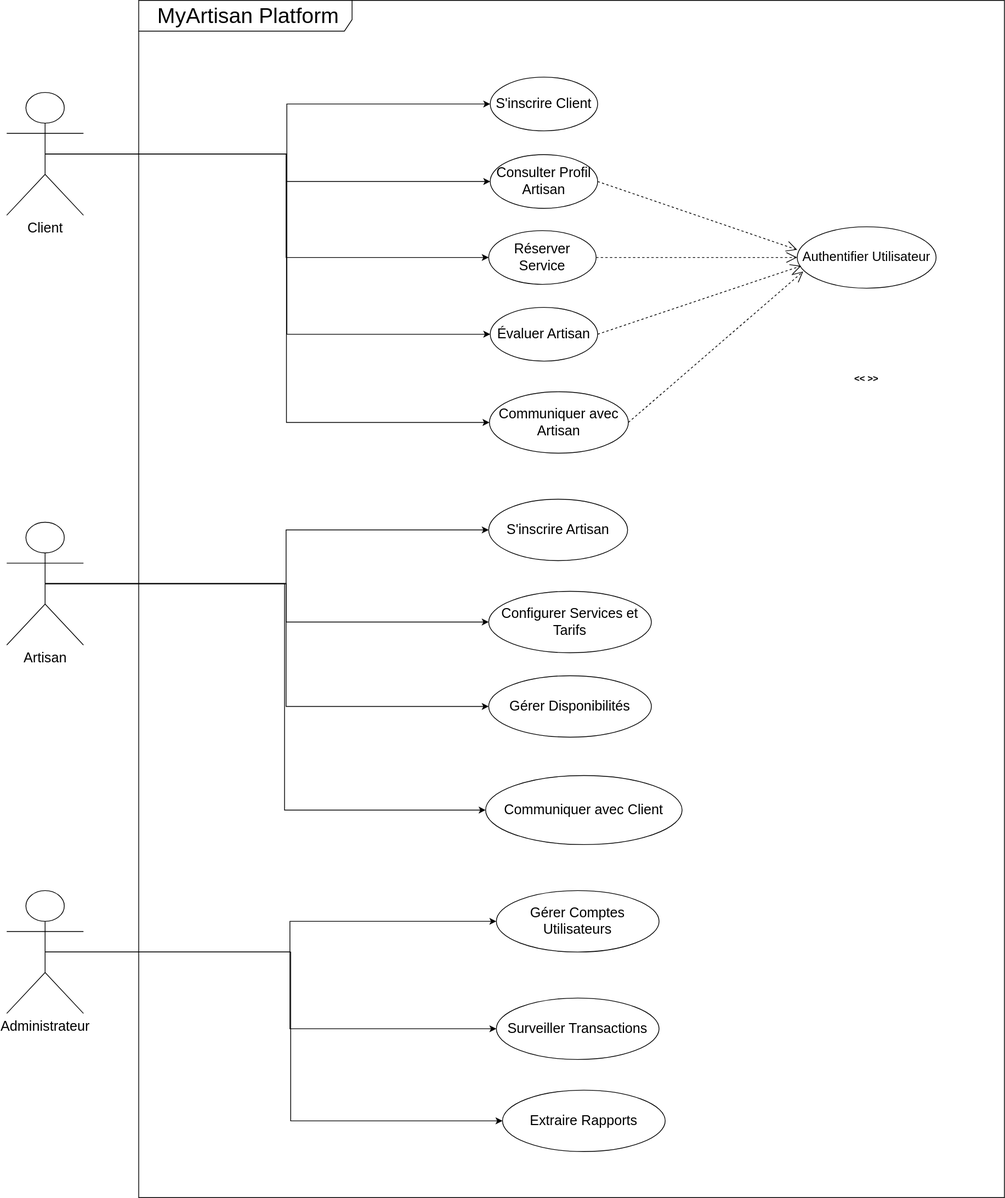
Above: Documentation/Conception/Diagrammes UML/diagrammeUsesCas.drawio.svg in mohamedm999/TheMyArtisan (draw.io), before the change. Source tidied: cells renumbered, new cells last; positions are measured from the earlier drawing's top-left corner, leaving out a move shared by most shapes. Its diagram source:
```xml
<mxGraphModel>
  <root>
    <mxCell id="0" />
    <mxCell id="1" parent="0" />
    <mxCell id="2" value="&lt;font style=&quot;font-size: 28px;&quot;&gt;&amp;nbsp;MyArtisan Platform&lt;/font&gt;" style="shape=umlFrame;whiteSpace=wrap;html=1;width=278;height=40;" parent="1" vertex="1">
      <mxGeometry x="172" width="1128" height="1560" as="geometry" />
    </mxCell>
    <mxCell id="3" style="edgeStyle=orthogonalEdgeStyle;rounded=0;jettySize=auto;html=1;exitX=0.5;exitY=0.5;exitDx=0;exitDy=0;exitPerimeter=0;entryX=0;entryY=0.5;entryDx=0;entryDy=0;" parent="1" edge="1" source="8" target="18">
      <mxGeometry relative="1" as="geometry" />
    </mxCell>
    <mxCell id="4" style="edgeStyle=orthogonalEdgeStyle;rounded=0;jettySize=auto;html=1;exitX=0.5;exitY=0.5;exitDx=0;exitDy=0;exitPerimeter=0;entryX=0;entryY=0.5;entryDx=0;entryDy=0;" parent="1" edge="1" source="8" target="19">
      <mxGeometry relative="1" as="geometry" />
    </mxCell>
    <mxCell id="5" style="edgeStyle=orthogonalEdgeStyle;rounded=0;jettySize=auto;html=1;exitX=0.5;exitY=0.5;exitDx=0;exitDy=0;exitPerimeter=0;entryX=0;entryY=0.5;entryDx=0;entryDy=0;" parent="1" edge="1" source="8" target="20">
      <mxGeometry relative="1" as="geometry" />
    </mxCell>
    <mxCell id="6" style="edgeStyle=orthogonalEdgeStyle;rounded=0;jettySize=auto;html=1;exitX=0.5;exitY=0.5;exitDx=0;exitDy=0;exitPerimeter=0;entryX=0;entryY=0.5;entryDx=0;entryDy=0;" parent="1" edge="1" source="8" target="21">
      <mxGeometry relative="1" as="geometry" />
    </mxCell>
    <mxCell id="7" style="edgeStyle=orthogonalEdgeStyle;rounded=0;jettySize=auto;html=1;exitX=0.5;exitY=0.5;exitDx=0;exitDy=0;exitPerimeter=0;entryX=0;entryY=0.5;entryDx=0;entryDy=0;" parent="1" edge="1" source="8" target="22">
      <mxGeometry relative="1" as="geometry" />
    </mxCell>
    <mxCell id="8" value="Client" style="shape=umlActor;verticalLabelPosition=bottom;verticalAlign=top;html=1;fontSize=18;" parent="1" vertex="1">
      <mxGeometry y="120" width="100" height="160" as="geometry" />
    </mxCell>
    <mxCell id="9" style="edgeStyle=orthogonalEdgeStyle;rounded=0;jettySize=auto;html=1;exitX=0.5;exitY=0.5;exitDx=0;exitDy=0;exitPerimeter=0;entryX=0;entryY=0.5;entryDx=0;entryDy=0;" parent="1" edge="1" source="13" target="23">
      <mxGeometry relative="1" as="geometry" />
    </mxCell>
    <mxCell id="10" style="edgeStyle=orthogonalEdgeStyle;rounded=0;jettySize=auto;html=1;exitX=0.5;exitY=0.5;exitDx=0;exitDy=0;exitPerimeter=0;" parent="1" edge="1" source="13" target="24">
      <mxGeometry relative="1" as="geometry" />
    </mxCell>
    <mxCell id="11" style="edgeStyle=orthogonalEdgeStyle;rounded=0;jettySize=auto;html=1;exitX=0.5;exitY=0.5;exitDx=0;exitDy=0;exitPerimeter=0;entryX=0;entryY=0.5;entryDx=0;entryDy=0;" parent="1" edge="1" source="13" target="25">
      <mxGeometry relative="1" as="geometry" />
    </mxCell>
    <mxCell id="12" style="edgeStyle=orthogonalEdgeStyle;rounded=0;jettySize=auto;html=1;exitX=0.5;exitY=0.5;exitDx=0;exitDy=0;exitPerimeter=0;entryX=0;entryY=0.5;entryDx=0;entryDy=0;" parent="1" edge="1" source="13" target="26">
      <mxGeometry relative="1" as="geometry" />
    </mxCell>
    <mxCell id="13" value="Artisan" style="shape=umlActor;verticalLabelPosition=bottom;verticalAlign=top;html=1;fontSize=18;" parent="1" vertex="1">
      <mxGeometry y="680" width="100" height="160" as="geometry" />
    </mxCell>
    <mxCell id="14" style="edgeStyle=orthogonalEdgeStyle;rounded=0;jettySize=auto;html=1;exitX=0.5;exitY=0.5;exitDx=0;exitDy=0;exitPerimeter=0;entryX=0;entryY=0.5;entryDx=0;entryDy=0;" parent="1" edge="1" source="17" target="27">
      <mxGeometry relative="1" as="geometry" />
    </mxCell>
    <mxCell id="15" style="edgeStyle=orthogonalEdgeStyle;rounded=0;jettySize=auto;html=1;exitX=0.5;exitY=0.5;exitDx=0;exitDy=0;exitPerimeter=0;" parent="1" edge="1" source="17" target="28">
      <mxGeometry relative="1" as="geometry" />
    </mxCell>
    <mxCell id="16" style="edgeStyle=orthogonalEdgeStyle;rounded=0;jettySize=auto;html=1;exitX=0.5;exitY=0.5;exitDx=0;exitDy=0;exitPerimeter=0;entryX=0;entryY=0.5;entryDx=0;entryDy=0;" parent="1" edge="1" source="17" target="29">
      <mxGeometry relative="1" as="geometry">
        <Array as="points">
          <mxPoint x="370" y="1240" />
          <mxPoint x="370" y="1460" />
        </Array>
      </mxGeometry>
    </mxCell>
    <mxCell id="17" value="Administrateur" style="shape=umlActor;verticalLabelPosition=bottom;verticalAlign=top;html=1;fontSize=18;" parent="1" vertex="1">
      <mxGeometry y="1160" width="100" height="160" as="geometry" />
    </mxCell>
    <mxCell id="18" value="&lt;font style=&quot;font-size: 18px;&quot;&gt;S'inscrire Client&lt;/font&gt;" style="ellipse;whiteSpace=wrap;html=1;" parent="1" vertex="1">
      <mxGeometry x="630" y="100" width="140" height="70" as="geometry" />
    </mxCell>
    <mxCell id="19" value="&lt;span style=&quot;font-size: 18px;&quot;&gt;Consulter Profil Artisan&lt;/span&gt;" style="ellipse;whiteSpace=wrap;html=1;" parent="1" vertex="1">
      <mxGeometry x="630" y="201" width="140" height="70" as="geometry" />
    </mxCell>
    <mxCell id="20" value="&lt;span style=&quot;font-size: 18px;&quot;&gt;Réserver Service&lt;/span&gt;" style="ellipse;whiteSpace=wrap;html=1;" parent="1" vertex="1">
      <mxGeometry x="628" y="300" width="140" height="70" as="geometry" />
    </mxCell>
    <mxCell id="21" value="&lt;span style=&quot;font-size: 18px;&quot;&gt;Évaluer Artisan&lt;/span&gt;" style="ellipse;whiteSpace=wrap;html=1;" parent="1" vertex="1">
      <mxGeometry x="630" y="400" width="140" height="70" as="geometry" />
    </mxCell>
    <mxCell id="22" value="&lt;span style=&quot;font-size: 18px;&quot;&gt;Communiquer avec Artisan&lt;/span&gt;" style="ellipse;whiteSpace=wrap;html=1;" parent="1" vertex="1">
      <mxGeometry x="629" y="510" width="181" height="80" as="geometry" />
    </mxCell>
    <mxCell id="23" value="&lt;span style=&quot;font-size: 18px;&quot;&gt;S'inscrire Artisan&lt;/span&gt;" style="ellipse;whiteSpace=wrap;html=1;" parent="1" vertex="1">
      <mxGeometry x="628" y="650" width="181" height="80" as="geometry" />
    </mxCell>
    <mxCell id="24" value="&lt;span style=&quot;font-size: 18px;&quot;&gt;Configurer Services et Tarifs&lt;/span&gt;" style="ellipse;whiteSpace=wrap;html=1;" parent="1" vertex="1">
      <mxGeometry x="628" y="770" width="212" height="80" as="geometry" />
    </mxCell>
    <mxCell id="25" value="&lt;span style=&quot;font-size: 18px;&quot;&gt;Gérer Disponibilités&lt;/span&gt;" style="ellipse;whiteSpace=wrap;html=1;" parent="1" vertex="1">
      <mxGeometry x="628" y="880" width="212" height="80" as="geometry" />
    </mxCell>
    <mxCell id="26" value="&lt;span style=&quot;font-size: 18px;&quot;&gt;Communiquer avec Client&lt;/span&gt;" style="ellipse;whiteSpace=wrap;html=1;" parent="1" vertex="1">
      <mxGeometry x="624" y="1010" width="256" height="90" as="geometry" />
    </mxCell>
    <mxCell id="27" value="&lt;span style=&quot;font-size: 18px;&quot;&gt;Gérer Comptes Utilisateurs&lt;/span&gt;" style="ellipse;whiteSpace=wrap;html=1;" parent="1" vertex="1">
      <mxGeometry x="638" y="1160" width="212" height="80" as="geometry" />
    </mxCell>
    <mxCell id="28" value="&lt;span style=&quot;font-size: 18px;&quot;&gt;Surveiller Transactions&lt;/span&gt;" style="ellipse;whiteSpace=wrap;html=1;" parent="1" vertex="1">
      <mxGeometry x="638" y="1300" width="212" height="80" as="geometry" />
    </mxCell>
    <mxCell id="29" value="&lt;span style=&quot;font-size: 18px;&quot;&gt;Extraire Rapports&lt;/span&gt;" style="ellipse;whiteSpace=wrap;html=1;" parent="1" vertex="1">
      <mxGeometry x="646" y="1420" width="212" height="80" as="geometry" />
    </mxCell>
    <mxCell id="30" value="&lt;font style=&quot;font-size: 17px;&quot;&gt;Authentifier Utilisateur&lt;/font&gt;" style="ellipse;whiteSpace=wrap;html=1;" parent="1" vertex="1">
      <mxGeometry x="1030" y="295" width="181" height="80" as="geometry" />
    </mxCell>
    <mxCell id="31" style="endArrow=open;endSize=12;dashed=1;html=1;rounded=0;exitX=1;exitY=0.5;exitDx=0;exitDy=0;entryX=0;entryY=0.375;entryDx=0;entryDy=0;entryPerimeter=0;" parent="1" edge="1" source="19" target="30">
      <mxGeometry relative="1" as="geometry" />
    </mxCell>
    <mxCell id="32" style="endArrow=open;endSize=12;dashed=1;html=1;rounded=0;exitX=1;exitY=0.5;exitDx=0;exitDy=0;entryX=0;entryY=0.5;entryDx=0;entryDy=0;" parent="1" edge="1" source="20" target="30">
      <mxGeometry relative="1" as="geometry" />
    </mxCell>
    <mxCell id="33" style="endArrow=open;endSize=12;dashed=1;html=1;rounded=0;exitX=1;exitY=0.5;exitDx=0;exitDy=0;entryX=0.029;entryY=0.637;entryDx=0;entryDy=0;entryPerimeter=0;" parent="1" edge="1" source="21" target="30">
      <mxGeometry relative="1" as="geometry" />
    </mxCell>
    <mxCell id="34" style="endArrow=open;endSize=12;dashed=1;html=1;rounded=0;exitX=1;exitY=0.5;exitDx=0;exitDy=0;entryX=0.043;entryY=0.728;entryDx=0;entryDy=0;entryPerimeter=0;" parent="1" edge="1" source="22" target="30">
      <mxGeometry relative="1" as="geometry" />
    </mxCell>
    <mxCell id="35" value="&amp;lt;&amp;lt; &amp;gt;&amp;gt;" style="text;align=center;fontStyle=1;verticalAlign=middle;spacingLeft=3;spacingRight=3;strokeColor=none;html=1;" parent="1" vertex="1">
      <mxGeometry x="1080" y="480" width="80" height="26" as="geometry" />
    </mxCell>
  </root>
</mxGraphModel>
```
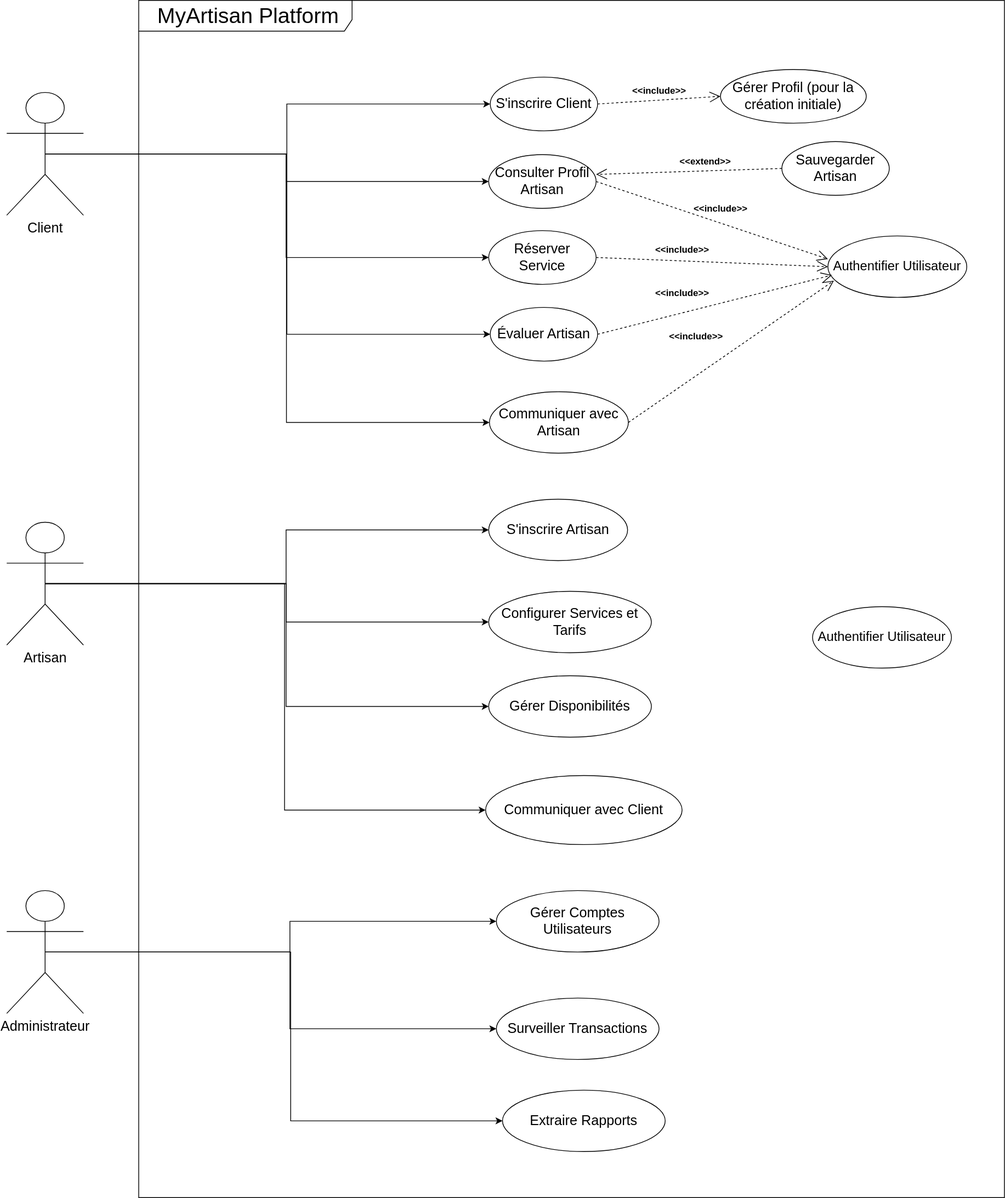
After the change.

What changed in the source:
```diff
@@ -59,7 +59,7 @@
       <mxGeometry x="630" y="100" width="140" height="70" as="geometry" />
     </mxCell>
     <mxCell id="19" value="&lt;span style=&quot;font-size: 18px;&quot;&gt;Consulter Profil Artisan&lt;/span&gt;" style="ellipse;whiteSpace=wrap;html=1;" parent="1" vertex="1">
-      <mxGeometry x="630" y="201" width="140" height="70" as="geometry" />
+      <mxGeometry x="628" y="201" width="140" height="70" as="geometry" />
     </mxCell>
     <mxCell id="20" value="&lt;span style=&quot;font-size: 18px;&quot;&gt;Réserver Service&lt;/span&gt;" style="ellipse;whiteSpace=wrap;html=1;" parent="1" vertex="1">
       <mxGeometry x="628" y="300" width="140" height="70" as="geometry" />
@@ -92,7 +92,7 @@
       <mxGeometry x="646" y="1420" width="212" height="80" as="geometry" />
     </mxCell>
     <mxCell id="30" value="&lt;font style=&quot;font-size: 17px;&quot;&gt;Authentifier Utilisateur&lt;/font&gt;" style="ellipse;whiteSpace=wrap;html=1;" parent="1" vertex="1">
-      <mxGeometry x="1030" y="295" width="181" height="80" as="geometry" />
+      <mxGeometry x="1070" y="307" width="181" height="80" as="geometry" />
     </mxCell>
     <mxCell id="31" style="endArrow=open;endSize=12;dashed=1;html=1;rounded=0;exitX=1;exitY=0.5;exitDx=0;exitDy=0;entryX=0;entryY=0.375;entryDx=0;entryDy=0;entryPerimeter=0;" parent="1" edge="1" source="19" target="30">
       <mxGeometry relative="1" as="geometry" />
@@ -106,8 +106,38 @@
     <mxCell id="34" style="endArrow=open;endSize=12;dashed=1;html=1;rounded=0;exitX=1;exitY=0.5;exitDx=0;exitDy=0;entryX=0.043;entryY=0.728;entryDx=0;entryDy=0;entryPerimeter=0;" parent="1" edge="1" source="22" target="30">
       <mxGeometry relative="1" as="geometry" />
     </mxCell>
-    <mxCell id="35" value="&amp;lt;&amp;lt; &amp;gt;&amp;gt;" style="text;align=center;fontStyle=1;verticalAlign=middle;spacingLeft=3;spacingRight=3;strokeColor=none;html=1;" parent="1" vertex="1">
-      <mxGeometry x="1080" y="480" width="80" height="26" as="geometry" />
+    <mxCell id="35" value="&amp;lt;&amp;lt;include&amp;gt;&amp;gt;" style="text;align=center;fontStyle=1;verticalAlign=middle;spacingLeft=3;spacingRight=3;strokeColor=none;html=1;" parent="1" vertex="1">
+      <mxGeometry x="890" y="254" width="80" height="36" as="geometry" />
     </mxCell>
+    <mxCell id="36" value="&amp;lt;&amp;lt;include&amp;gt;&amp;gt;" style="text;align=center;fontStyle=1;verticalAlign=middle;spacingLeft=3;spacingRight=3;strokeColor=none;html=1;" parent="1" vertex="1">
+      <mxGeometry x="840" y="307" width="80" height="36" as="geometry" />
+    </mxCell>
+    <mxCell id="37" value="&amp;lt;&amp;lt;include&amp;gt;&amp;gt;" style="text;align=center;fontStyle=1;verticalAlign=middle;spacingLeft=3;spacingRight=3;strokeColor=none;html=1;" parent="1" vertex="1">
+      <mxGeometry x="840" y="364" width="80" height="36" as="geometry" />
+    </mxCell>
+    <mxCell id="38" value="&amp;lt;&amp;lt;include&amp;gt;&amp;gt;" style="text;align=center;fontStyle=1;verticalAlign=middle;spacingLeft=3;spacingRight=3;strokeColor=none;html=1;" parent="1" vertex="1">
+      <mxGeometry x="858" y="420" width="80" height="36" as="geometry" />
+    </mxCell>
+    <mxCell id="39" value="&lt;font style=&quot;font-size: 17px;&quot;&gt;Authentifier Utilisateur&lt;/font&gt;" style="ellipse;whiteSpace=wrap;html=1;" parent="1" vertex="1">
+      <mxGeometry x="1050" y="790" width="181" height="80" as="geometry" />
+    </mxCell>
+    <mxCell id="40" value="&lt;span style=&quot;font-size: 18px;&quot;&gt;Gérer Profil (pour la création initiale)&lt;/span&gt;" style="ellipse;whiteSpace=wrap;html=1;" parent="1" vertex="1">
+      <mxGeometry x="930" y="90" width="190" height="70" as="geometry" />
+    </mxCell>
+    <mxCell id="41" style="endArrow=open;endSize=12;dashed=1;html=1;rounded=0;exitX=1;exitY=0.5;exitDx=0;exitDy=0;entryX=0;entryY=0.5;entryDx=0;entryDy=0;" parent="1" edge="1" source="18" target="40">
+      <mxGeometry relative="1" as="geometry" />
+    </mxCell>
+    <mxCell id="42" value="&amp;lt;&amp;lt;include&amp;gt;&amp;gt;" style="text;align=center;fontStyle=1;verticalAlign=middle;spacingLeft=3;spacingRight=3;strokeColor=none;html=1;" parent="1" vertex="1">
+      <mxGeometry x="810" y="100" width="80" height="36" as="geometry" />
+    </mxCell>
+    <mxCell id="43" value="&lt;span style=&quot;font-size: 18px;&quot;&gt;Sauvegarder Artisan&lt;/span&gt;" style="ellipse;whiteSpace=wrap;html=1;" parent="1" vertex="1">
+      <mxGeometry x="1010" y="184" width="140" height="70" as="geometry" />
+    </mxCell>
+    <mxCell id="44" style="endArrow=open;endSize=12;dashed=1;html=1;rounded=0;exitX=0;exitY=0.5;exitDx=0;exitDy=0;entryX=1;entryY=0.368;entryDx=0;entryDy=0;entryPerimeter=0;" parent="1" edge="1" source="43" target="19">
+      <mxGeometry relative="1" as="geometry" />
+    </mxCell>
+    <mxCell id="45" value="&amp;lt;&amp;lt;extend&amp;gt;&amp;gt;" style="text;align=center;fontStyle=1;verticalAlign=middle;spacingLeft=3;spacingRight=3;strokeColor=none;html=1;" parent="1" vertex="1">
+      <mxGeometry x="870" y="192" width="80" height="36" as="geometry" />
+    </mxCell>
   </root>
 </mxGraphModel>
```
